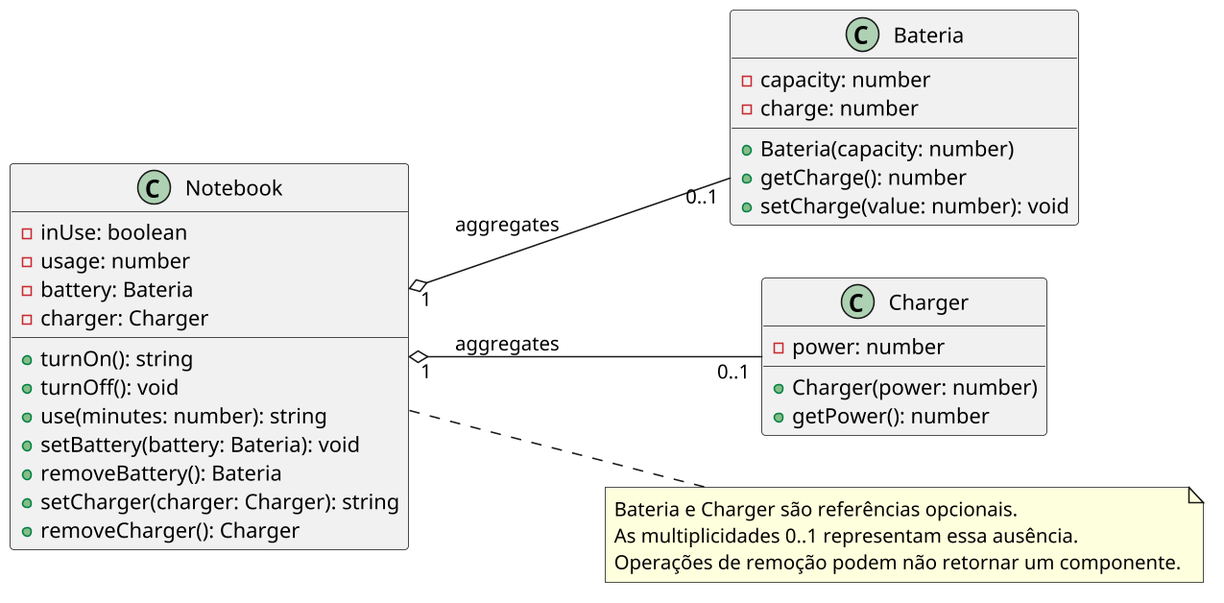
This is labs/charger/assets/diagrama.png from qxcodepoo/arcade, a PlantUML export, as it was before one commit. Source of this version:
```plantuml
@startuml

skinparam defaultFontName "Source Code Pro"
skinparam dpi 150
left to right direction

class Notebook {
  - inUse: boolean
  - usage: number
  - battery: Bateria
  - charger: Charger
  __
  + turnOn(): string
  + turnOff(): void
  + use(minutes: number): string
  + setBattery(battery: Bateria): void
  + removeBattery(): Bateria
  + setCharger(charger: Charger): string
  + removeCharger(): Charger
}

class Bateria {
  - capacity: number
  - charge: number
  __
  + Bateria(capacity: number)
  + getCharge(): number
  + setCharge(value: number): void
}

class Charger {
  - power: number
  __
  + Charger(power: number)
  + getPower(): number
}

Notebook "1" o-- "0..1" Bateria : aggregates
Notebook "1" o-- "0..1" Charger : aggregates

note right of Notebook
  Bateria e Charger são referências opcionais.
  As multiplicidades 0..1 representam essa ausência.
  Operações de remoção podem não retornar um componente.
end note

@enduml
```
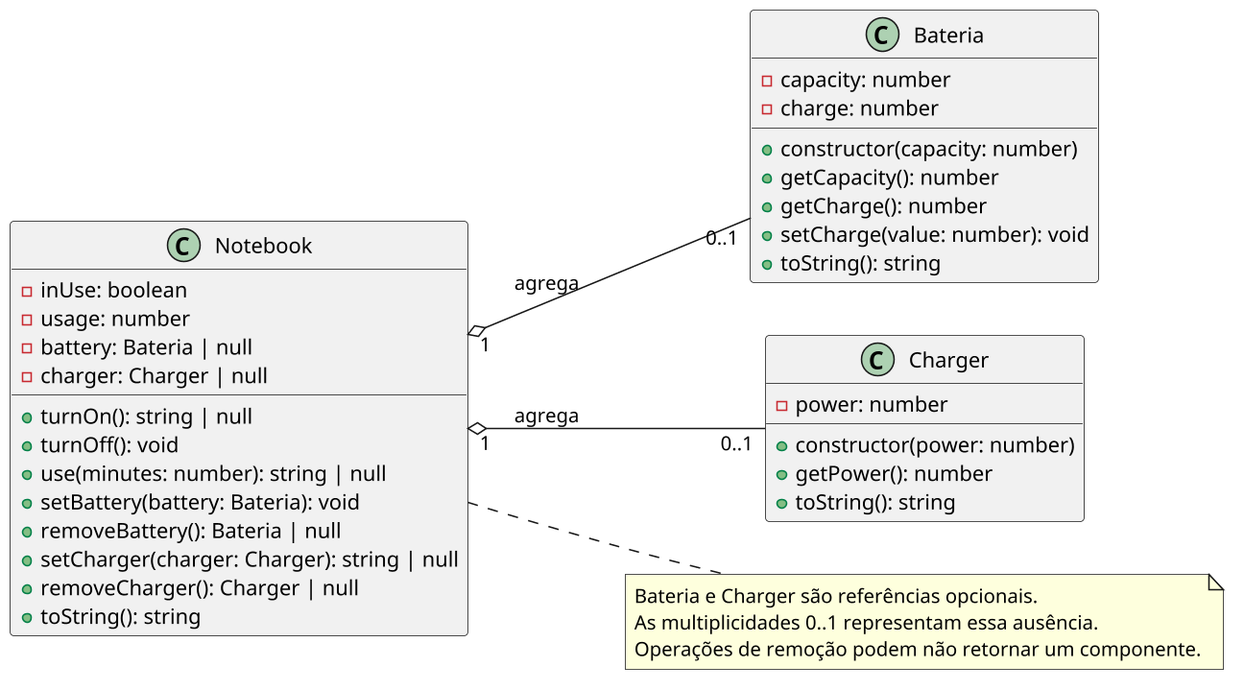
Later version of the same file.

What changed in the source:
```diff
@@ -7,36 +7,40 @@
 class Notebook {
   - inUse: boolean
   - usage: number
-  - battery: Bateria
-  - charger: Charger
+  - battery: Bateria | null
+  - charger: Charger | null
   __
-  + turnOn(): string
+  + turnOn(): string | null
   + turnOff(): void
-  + use(minutes: number): string
+  + use(minutes: number): string | null
   + setBattery(battery: Bateria): void
-  + removeBattery(): Bateria
-  + setCharger(charger: Charger): string
-  + removeCharger(): Charger
+  + removeBattery(): Bateria | null
+  + setCharger(charger: Charger): string | null
+  + removeCharger(): Charger | null
+  + toString(): string
 }
 
 class Bateria {
   - capacity: number
   - charge: number
   __
-  + Bateria(capacity: number)
+  + constructor(capacity: number)
+  + getCapacity(): number
   + getCharge(): number
   + setCharge(value: number): void
+  + toString(): string
 }
 
 class Charger {
   - power: number
   __
-  + Charger(power: number)
+  + constructor(power: number)
   + getPower(): number
+  + toString(): string
 }
 
-Notebook "1" o-- "0..1" Bateria : aggregates
-Notebook "1" o-- "0..1" Charger : aggregates
+Notebook "1" o-- "0..1" Bateria : agrega
+Notebook "1" o-- "0..1" Charger : agrega
 
 note right of Notebook
   Bateria e Charger são referências opcionais.
```
